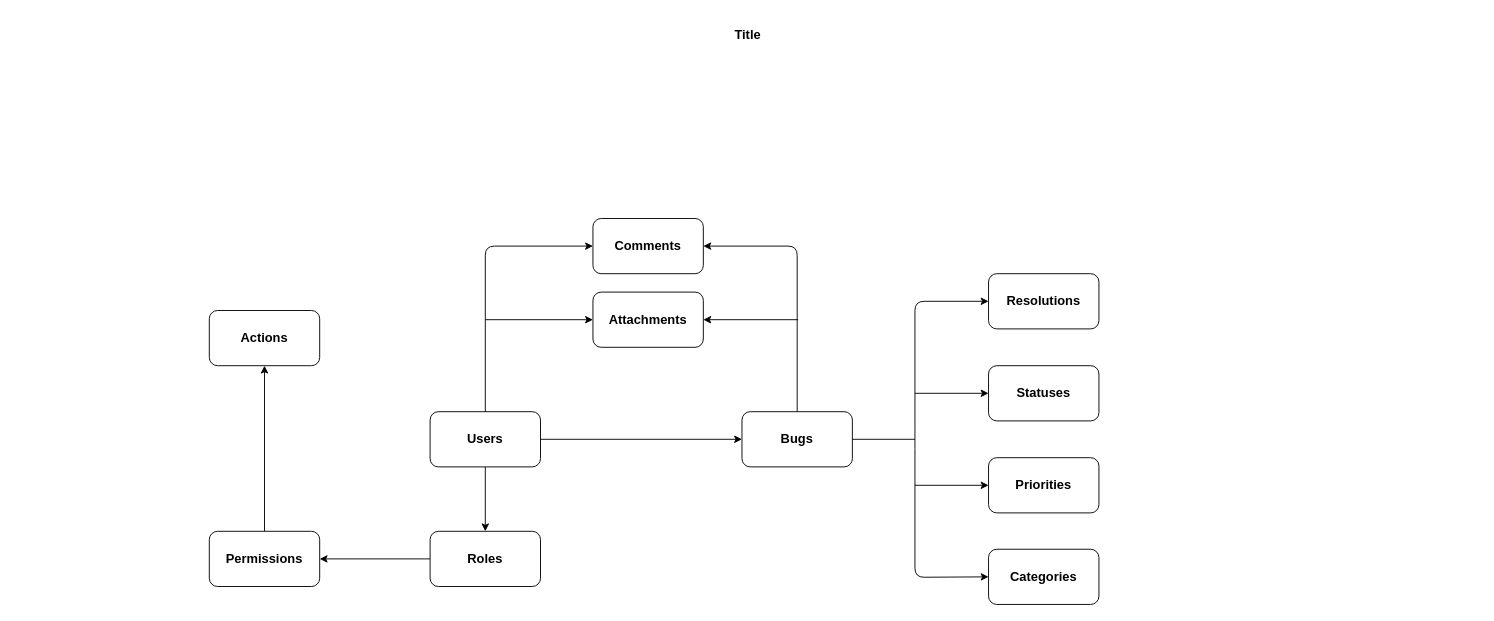
This is _Assets/Project Scope/Application scope.drawio from chrismeijer/bugtracker, a draw.io file, before an edit. Source tidied: cells renumbered, new cells numbered last; positions are measured from the earlier drawing's top-left corner, leaving out a move shared by most shapes. Both pictures are drawn from the tidied source at 92%, with x=0, y=0 at pixel (16, 16).
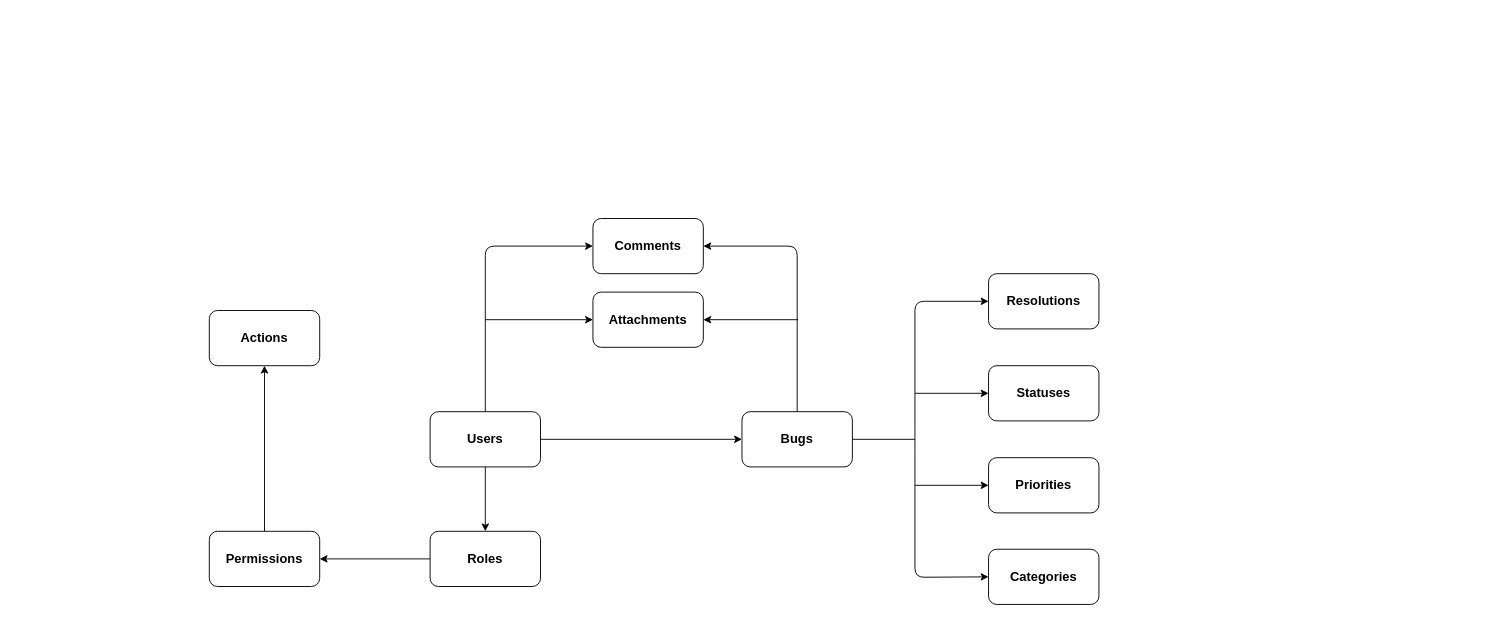
After the change.

The edit, as a diff of the source:
```diff
@@
-    <mxCell id="2" value="Title" style="text;strokeColor=none;fillColor=none;html=1;fontSize=14;fontStyle=1;verticalAlign=middle;align=center;fontFamily=Montserrat;FType=g;" parent="1" vertex="1">
-      <mxGeometry width="1590" height="40" as="geometry" />
-    </mxCell>
```
